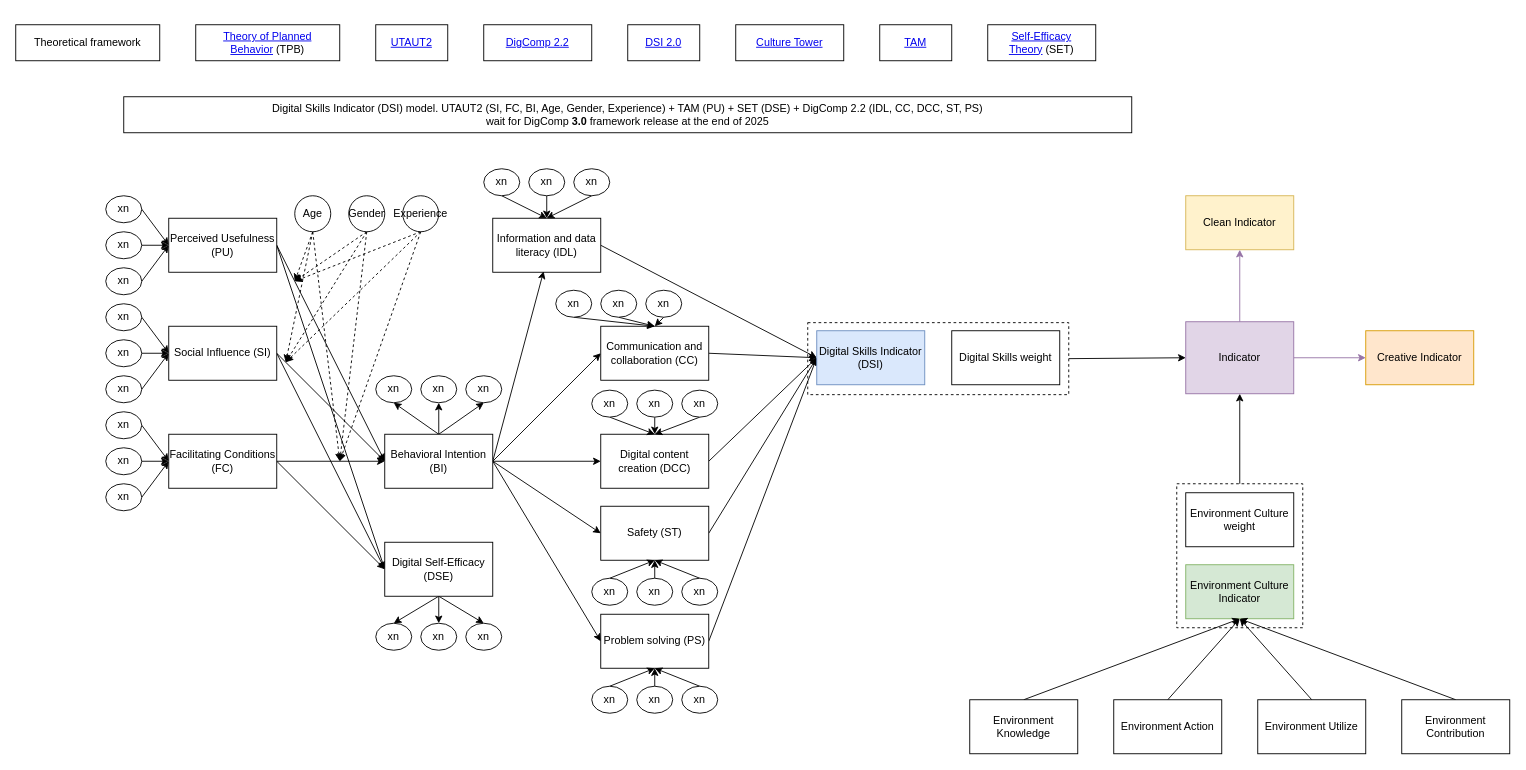
Earlier version of the draw.io diagram r1-model.drawio (hnks-gh/draw.io). Source tidied: cells renumbered, new cells numbered last; positions are measured from the earlier drawing's top-left corner, leaving out a move shared by most shapes. Both pictures are drawn from the tidied source at 90%, with x=0, y=0 at pixel (15, 24).
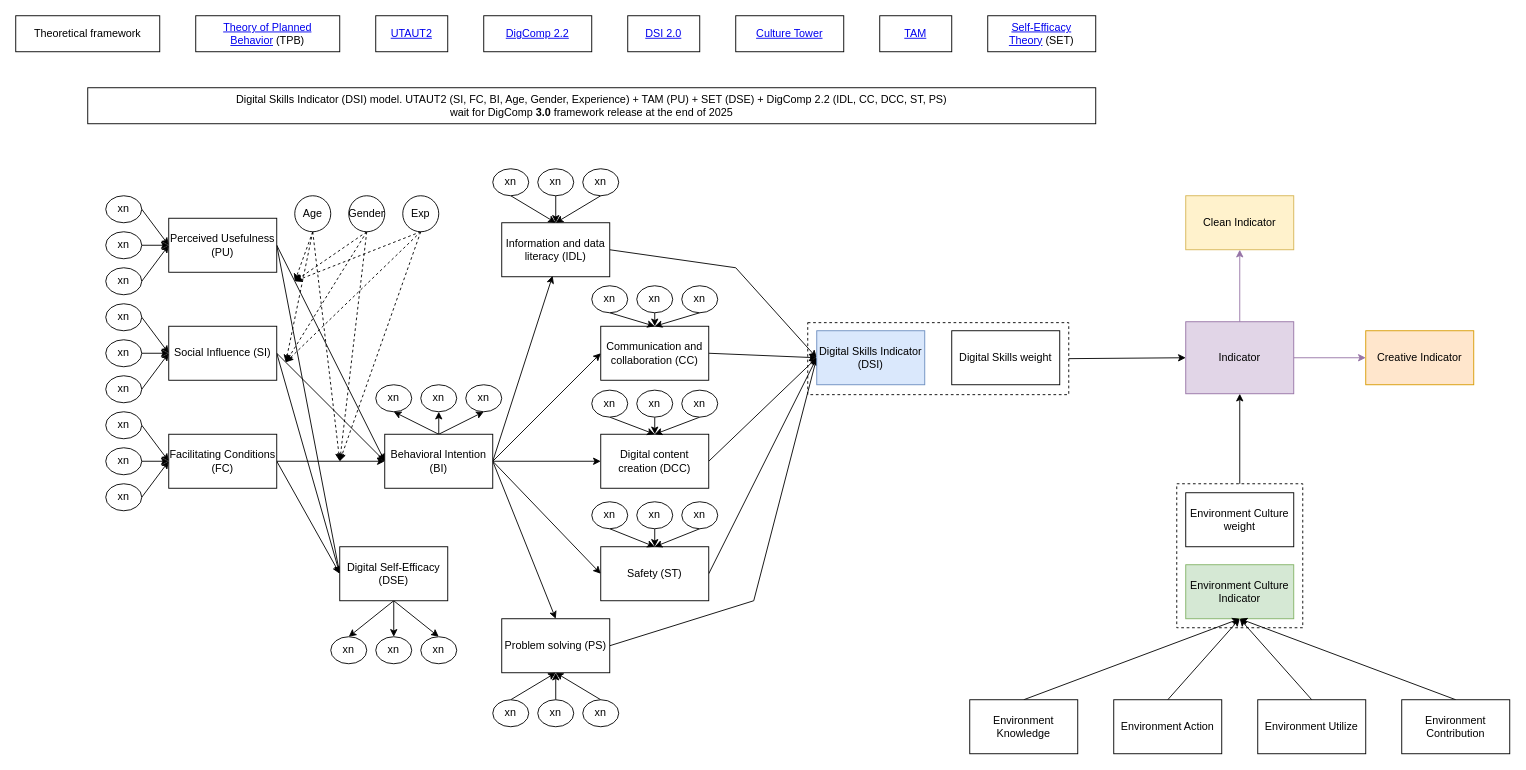
The same page after the edit.

The change refers to these unchanged cells:
```xml
<mxCell id="17" value="Digital Skills Indicator (DSI)" style="rounded=0;whiteSpace=wrap;html=1;fillColor=#dae8fc;strokeColor=#6c8ebf;" parent="1" vertex="1">
  <mxGeometry x="890" y="340" width="120" height="60" as="geometry" />
</mxCell>
<mxCell id="47" value="Behavioral Intention (BI)" style="rounded=0;whiteSpace=wrap;html=1;" parent="1" vertex="1">
  <mxGeometry x="410" y="455" width="120" height="60" as="geometry" />
</mxCell>
```

What changed in the source:
```diff
@@
     <mxCell id="4" value="Digital Skills Indicator (DSI) model. UTAUT2 (SI, FC, BI, Age, Gender, Experience) + TAM (PU) + SET (DSE) + DigComp 2.2 (IDL, CC, DCC, ST, PS)&lt;div&gt;wait for&amp;nbsp;DigComp &lt;b&gt;3.0 &lt;/b&gt;framework release at the end of 2025&lt;/div&gt;" style="rounded=0;whiteSpace=wrap;html=1;" parent="1" vertex="1">
-      <mxGeometry x="120" y="80" width="1120" height="40" as="geometry" />
+      <mxGeometry x="80" y="70" width="1120" height="40" as="geometry" />
     </mxCell>
     <mxCell id="5" value="&lt;a href=&quot;https://dx.doi.org/10.2760/897803&quot;&gt;DSI 2.0&lt;/a&gt;" style="rounded=0;whiteSpace=wrap;html=1;" parent="1" vertex="1">
-      <mxGeometry x="680" width="80" height="40" as="geometry" />
+      <mxGeometry x="680" y="-10" width="80" height="40" as="geometry" />
     </mxCell>
     <mxCell id="6" value="&lt;a href=&quot;https://dx.doi.org/10.2760/115376&quot;&gt;DigComp 2.2&lt;/a&gt;" style="rounded=0;whiteSpace=wrap;html=1;" parent="1" vertex="1">
-      <mxGeometry x="520" width="120" height="40" as="geometry" />
+      <mxGeometry x="520" y="-10" width="120" height="40" as="geometry" />
     </mxCell>
     <mxCell id="7" style="rounded=0;jettySize=auto;html=1;exitX=1;exitY=0.5;exitDx=0;exitDy=0;entryX=0;entryY=0.5;entryDx=0;entryDy=0;" parent="1" edge="1" source="8" target="17">
-      <mxGeometry relative="1" as="geometry" />
+      <mxGeometry relative="1" as="geometry">
+        <Array as="points">
+          <mxPoint x="800" y="270" />
+        </Array>
+      </mxGeometry>
     </mxCell>
     <mxCell id="8" value="Information and data literacy (IDL)" style="rounded=0;whiteSpace=wrap;html=1;" parent="1" vertex="1">
-      <mxGeometry x="530" y="215" width="120" height="60" as="geometry" />
+      <mxGeometry x="540" y="220" width="120" height="60" as="geometry" />
     </mxCell>
@@
     <mxCell id="14" value="Safety (ST)" style="rounded=0;whiteSpace=wrap;html=1;" parent="1" vertex="1">
-      <mxGeometry x="650" y="535" width="120" height="60" as="geometry" />
+      <mxGeometry x="650" y="580" width="120" height="60" as="geometry" />
     </mxCell>
     <mxCell id="15" style="rounded=0;jettySize=auto;html=1;exitX=1;exitY=0.5;exitDx=0;exitDy=0;entryX=0;entryY=0.5;entryDx=0;entryDy=0;" parent="1" edge="1" source="16" target="17">
-      <mxGeometry relative="1" as="geometry" />
+      <mxGeometry relative="1" as="geometry">
+        <Array as="points">
+          <mxPoint x="820" y="640" />
+        </Array>
+      </mxGeometry>
     </mxCell>
     <mxCell id="16" value="Problem solving (PS)" style="rounded=0;whiteSpace=wrap;html=1;" parent="1" vertex="1">
-      <mxGeometry x="650" y="655" width="120" height="60" as="geometry" />
+      <mxGeometry x="540" y="660" width="120" height="60" as="geometry" />
     </mxCell>
@@
     <mxCell id="18" value="Theoretical framework" style="rounded=0;whiteSpace=wrap;html=1;" parent="1" vertex="1">
-      <mxGeometry width="160" height="40" as="geometry" />
+      <mxGeometry y="-10" width="160" height="40" as="geometry" />
     </mxCell>
     <mxCell id="19" value="&lt;a href=&quot;https://cdn.serc.carleton.edu/images/ASCN/change_theories/collection/figure_1._theory_planned_behavior_model_adapted_from_ajzen_2005..webp&quot;&gt;Theory of Planned Behavior&lt;/a&gt;&amp;nbsp;(TPB)" style="rounded=0;whiteSpace=wrap;html=1;" parent="1" vertex="1">
-      <mxGeometry x="200" width="160" height="40" as="geometry" />
+      <mxGeometry x="200" y="-10" width="160" height="40" as="geometry" />
     </mxCell>
     <mxCell id="20" value="&lt;a href=&quot;https://www.researchgate.net/profile/Andreea-Molnar/publication/261705281/figure/fig2/AS:296846040813569@1447785019231/UTAUT2-Venkatesh-et-al-2012_W640.jpg&quot;&gt;UTAUT2&lt;/a&gt;" style="rounded=0;whiteSpace=wrap;html=1;" parent="1" vertex="1">
-      <mxGeometry x="400" width="80" height="40" as="geometry" />
+      <mxGeometry x="400" y="-10" width="80" height="40" as="geometry" />
     </mxCell>
@@
     <mxCell id="27" value="&lt;a href=&quot;https://media.springernature.com/full/springer-static/image/art%3A10.1007%2Fs43621-024-00350-y/MediaObjects/43621_2024_350_Fig2_HTML.png&quot;&gt;Culture Tower&lt;/a&gt;" style="rounded=0;whiteSpace=wrap;html=1;" parent="1" vertex="1">
-      <mxGeometry x="800" width="120" height="40" as="geometry" />
+      <mxGeometry x="800" y="-10" width="120" height="40" as="geometry" />
     </mxCell>
@@
-    <mxCell id="43" style="rounded=0;jettySize=auto;html=1;exitX=1;exitY=0.5;exitDx=0;exitDy=0;entryX=0;entryY=0.5;entryDx=0;entryDy=0;" parent="1" edge="1" source="47" target="16">
+    <mxCell id="43" style="rounded=0;jettySize=auto;html=1;exitX=1;exitY=0.5;exitDx=0;exitDy=0;entryX=0.5;entryY=0;entryDx=0;entryDy=0;" parent="1" edge="1" source="47" target="16">
       <mxGeometry relative="1" as="geometry" />
     </mxCell>
@@
     <mxCell id="48" value="&lt;a href=&quot;https://upload.wikimedia.org/wikipedia/commons/6/67/Technology_Acceptance_Model.png&quot;&gt;TAM&lt;/a&gt;" style="rounded=0;whiteSpace=wrap;html=1;" parent="1" vertex="1">
-      <mxGeometry x="960" width="80" height="40" as="geometry" />
+      <mxGeometry x="960" y="-10" width="80" height="40" as="geometry" />
     </mxCell>
@@
     <mxCell id="74" value="Digital Self-Efficacy (DSE)" style="rounded=0;whiteSpace=wrap;html=1;" parent="1" vertex="1">
-      <mxGeometry x="410" y="575" width="120" height="60" as="geometry" />
+      <mxGeometry x="360" y="580" width="120" height="60" as="geometry" />
     </mxCell>
@@
-    <mxCell id="88" value="Experience" style="ellipse;whiteSpace=wrap;html=1;" parent="1" vertex="1">
+    <mxCell id="88" value="Exp" style="ellipse;whiteSpace=wrap;html=1;" parent="1" vertex="1">
       <mxGeometry x="430" y="190" width="40" height="40" as="geometry" />
     </mxCell>
@@
     <mxCell id="93" value="xn" style="ellipse;whiteSpace=wrap;html=1;" parent="1" vertex="1">
-      <mxGeometry x="400" y="390" width="40" height="30" as="geometry" />
+      <mxGeometry x="400" y="400" width="40" height="30" as="geometry" />
     </mxCell>
     <mxCell id="94" value="xn" style="ellipse;whiteSpace=wrap;html=1;" parent="1" vertex="1">
-      <mxGeometry x="450" y="390" width="40" height="30" as="geometry" />
+      <mxGeometry x="450" y="400" width="40" height="30" as="geometry" />
     </mxCell>
     <mxCell id="95" value="xn" style="ellipse;whiteSpace=wrap;html=1;" parent="1" vertex="1">
-      <mxGeometry x="500" y="390" width="40" height="30" as="geometry" />
+      <mxGeometry x="500" y="400" width="40" height="30" as="geometry" />
     </mxCell>
     <mxCell id="96" value="xn" style="ellipse;whiteSpace=wrap;html=1;" parent="1" vertex="1">
-      <mxGeometry x="400" y="665" width="40" height="30" as="geometry" />
+      <mxGeometry x="350" y="680" width="40" height="30" as="geometry" />
     </mxCell>
     <mxCell id="97" value="xn" style="ellipse;whiteSpace=wrap;html=1;" parent="1" vertex="1">
-      <mxGeometry x="450" y="665" width="40" height="30" as="geometry" />
+      <mxGeometry x="400" y="680" width="40" height="30" as="geometry" />
     </mxCell>
     <mxCell id="98" value="xn" style="ellipse;whiteSpace=wrap;html=1;" parent="1" vertex="1">
-      <mxGeometry x="500" y="665" width="40" height="30" as="geometry" />
+      <mxGeometry x="450" y="680" width="40" height="30" as="geometry" />
     </mxCell>
@@
     <mxCell id="100" value="xn" style="ellipse;whiteSpace=wrap;html=1;" parent="1" vertex="1">
-      <mxGeometry x="520" y="160" width="40" height="30" as="geometry" />
+      <mxGeometry x="530" y="160" width="40" height="30" as="geometry" />
     </mxCell>
@@
     <mxCell id="102" value="xn" style="ellipse;whiteSpace=wrap;html=1;" parent="1" vertex="1">
-      <mxGeometry x="570" y="160" width="40" height="30" as="geometry" />
+      <mxGeometry x="580" y="160" width="40" height="30" as="geometry" />
     </mxCell>
@@
     <mxCell id="104" value="xn" style="ellipse;whiteSpace=wrap;html=1;" parent="1" vertex="1">
-      <mxGeometry x="620" y="160" width="40" height="30" as="geometry" />
+      <mxGeometry x="630" y="160" width="40" height="30" as="geometry" />
     </mxCell>
@@
     <mxCell id="106" value="xn" style="ellipse;whiteSpace=wrap;html=1;" parent="1" vertex="1">
-      <mxGeometry x="600" y="295" width="40" height="30" as="geometry" />
+      <mxGeometry x="640" y="290" width="40" height="30" as="geometry" />
     </mxCell>
@@
     <mxCell id="108" value="xn" style="ellipse;whiteSpace=wrap;html=1;" parent="1" vertex="1">
-      <mxGeometry x="650" y="295" width="40" height="30" as="geometry" />
+      <mxGeometry x="690" y="290" width="40" height="30" as="geometry" />
     </mxCell>
@@
     <mxCell id="110" value="xn" style="ellipse;whiteSpace=wrap;html=1;" parent="1" vertex="1">
-      <mxGeometry x="700" y="295" width="40" height="30" as="geometry" />
+      <mxGeometry x="740" y="290" width="40" height="30" as="geometry" />
     </mxCell>
@@
     <mxCell id="118" value="xn" style="ellipse;whiteSpace=wrap;html=1;" parent="1" vertex="1">
-      <mxGeometry x="640" y="735" width="40" height="30" as="geometry" />
+      <mxGeometry x="530" y="750" width="40" height="30" as="geometry" />
     </mxCell>
@@
     <mxCell id="120" value="xn" style="ellipse;whiteSpace=wrap;html=1;" parent="1" vertex="1">
-      <mxGeometry x="690" y="735" width="40" height="30" as="geometry" />
+      <mxGeometry x="580" y="750" width="40" height="30" as="geometry" />
     </mxCell>
@@
     <mxCell id="122" value="xn" style="ellipse;whiteSpace=wrap;html=1;" parent="1" vertex="1">
-      <mxGeometry x="740" y="735" width="40" height="30" as="geometry" />
+      <mxGeometry x="630" y="750" width="40" height="30" as="geometry" />
     </mxCell>
-    <mxCell id="123" style="rounded=0;jettySize=auto;html=1;exitX=0.5;exitY=0;exitDx=0;exitDy=0;entryX=0.5;entryY=1;entryDx=0;entryDy=0;" parent="1" edge="1" source="124" target="14">
+    <mxCell id="123" style="rounded=0;jettySize=auto;html=1;exitX=0.5;exitY=1;exitDx=0;exitDy=0;entryX=0.5;entryY=0;entryDx=0;entryDy=0;" parent="1" edge="1" source="124" target="14">
       <mxGeometry relative="1" as="geometry" />
     </mxCell>
     <mxCell id="124" value="xn" style="ellipse;whiteSpace=wrap;html=1;" parent="1" vertex="1">
-      <mxGeometry x="640" y="615" width="40" height="30" as="geometry" />
+      <mxGeometry x="640" y="530" width="40" height="30" as="geometry" />
     </mxCell>
-    <mxCell id="125" style="rounded=0;jettySize=auto;html=1;exitX=0.5;exitY=0;exitDx=0;exitDy=0;entryX=0.5;entryY=1;entryDx=0;entryDy=0;" parent="1" edge="1" source="126" target="14">
+    <mxCell id="125" style="rounded=0;jettySize=auto;html=1;exitX=0.5;exitY=1;exitDx=0;exitDy=0;entryX=0.5;entryY=0;entryDx=0;entryDy=0;" parent="1" edge="1" source="126" target="14">
       <mxGeometry relative="1" as="geometry" />
     </mxCell>
     <mxCell id="126" value="xn" style="ellipse;whiteSpace=wrap;html=1;" parent="1" vertex="1">
-      <mxGeometry x="690" y="615" width="40" height="30" as="geometry" />
+      <mxGeometry x="690" y="530" width="40" height="30" as="geometry" />
     </mxCell>
-    <mxCell id="127" style="rounded=0;jettySize=auto;html=1;exitX=0.5;exitY=0;exitDx=0;exitDy=0;entryX=0.5;entryY=1;entryDx=0;entryDy=0;" parent="1" edge="1" source="128" target="14">
+    <mxCell id="127" style="rounded=0;jettySize=auto;html=1;exitX=0.5;exitY=1;exitDx=0;exitDy=0;entryX=0.5;entryY=0;entryDx=0;entryDy=0;" parent="1" edge="1" source="128" target="14">
       <mxGeometry relative="1" as="geometry" />
     </mxCell>
     <mxCell id="128" value="xn" style="ellipse;whiteSpace=wrap;html=1;" parent="1" vertex="1">
-      <mxGeometry x="740" y="615" width="40" height="30" as="geometry" />
+      <mxGeometry x="740" y="530" width="40" height="30" as="geometry" />
     </mxCell>
     <mxCell id="129" value="&lt;a href=&quot;https://www.researchgate.net/publication/380258688/figure/fig2/AS:11431281240628974@1714752599769/Self-efficacy-theory-Bandura-1986_W640.jpg&quot;&gt;Self-Efficacy Theory&lt;/a&gt;&amp;nbsp;(SET)" style="rounded=0;whiteSpace=wrap;html=1;" parent="1" vertex="1">
-      <mxGeometry x="1080" width="120" height="40" as="geometry" />
+      <mxGeometry x="1080" y="-10" width="120" height="40" as="geometry" />
     </mxCell>
```
